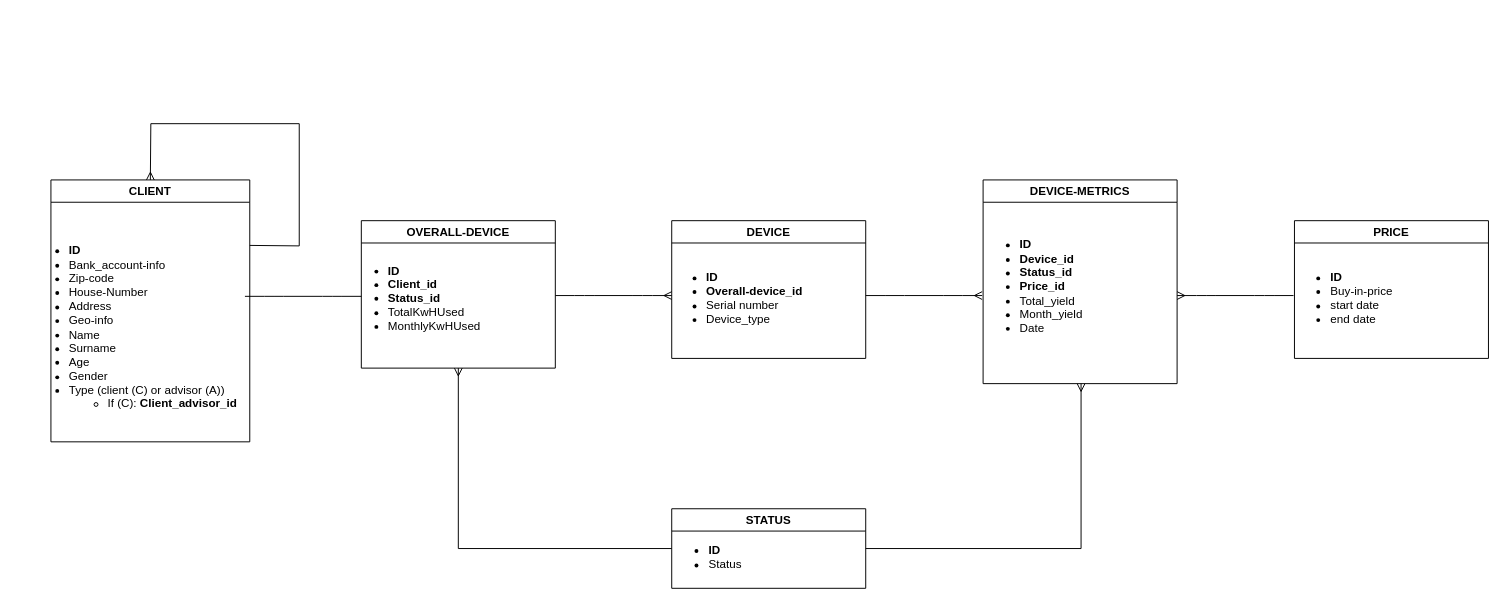
MiloSimons/educom-ecopowrrr keeps this draw.io diagram as media/ERD.drawio. Above is the earlier version. Source tidied: cells renumbered, new cells numbered last; positions are measured from the earlier drawing's top-left corner, leaving out a move shared by most shapes. Both pictures are drawn from the tidied source at 97%, with x=0, y=0 at pixel (16, 123).
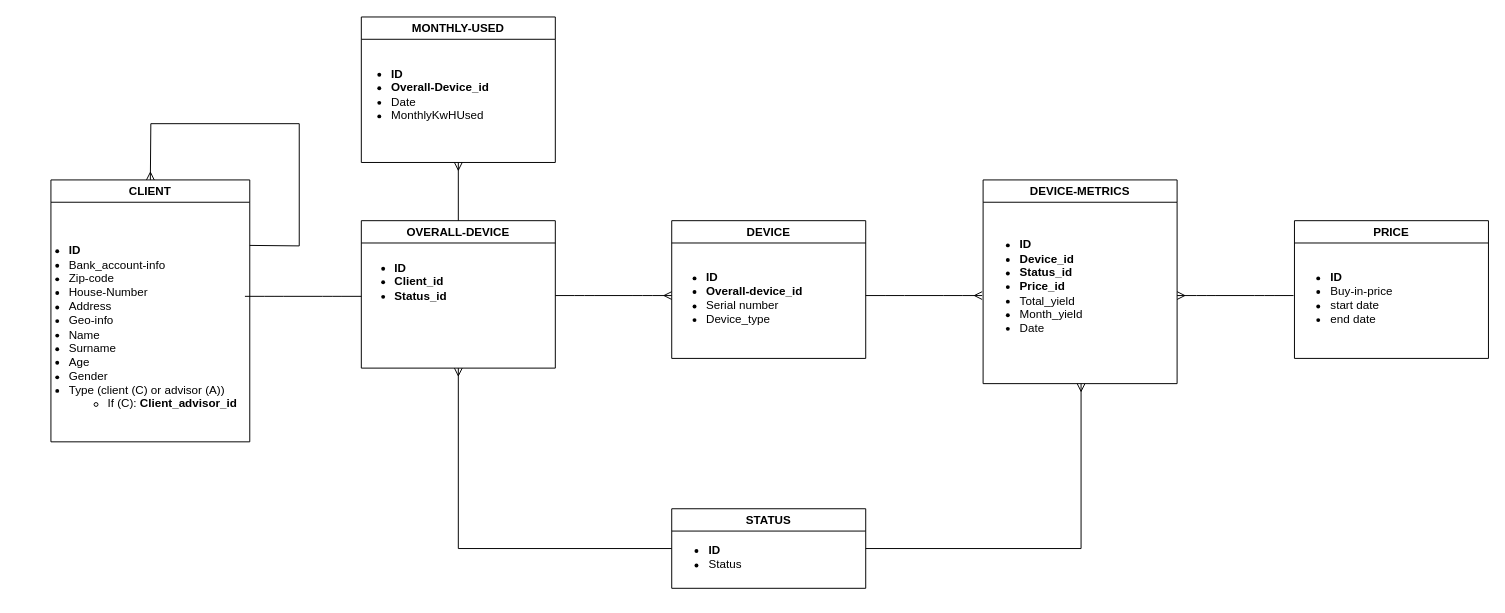
The same diagram, later.

Commit message (it also covers changes not shown here):
update import mockData and monthly used KwH stored per month

The change refers to these unchanged cells:
```xml
<mxCell id="4" value="OVERALL-DEVICE" style="swimlane;whiteSpace=wrap;html=1;" parent="1" vertex="1">
  <mxGeometry x="355" y="100" width="200" height="152" as="geometry" />
</mxCell>
```

The edit, as a diff of the source:
```diff
@@
-    <mxCell id="5" value="&lt;div style=&quot;text-align: left;&quot;&gt;&lt;ul&gt;&lt;li&gt;&lt;b&gt;ID&lt;/b&gt;&lt;/li&gt;&lt;li&gt;&lt;b&gt;Client_id&lt;/b&gt;&lt;/li&gt;&lt;li&gt;&lt;b&gt;Status_id&lt;/b&gt;&lt;/li&gt;&lt;li&gt;TotalKwHUsed&lt;/li&gt;&lt;li&gt;MonthlyKwHUsed&lt;/li&gt;&lt;/ul&gt;&lt;/div&gt;" style="text;html=1;align=center;verticalAlign=middle;strokeColor=none;fillColor=none;" parent="4" vertex="1">
-      <mxGeometry x="-25" y="10" width="160" height="140" as="geometry" />
+    <mxCell id="5" value="&lt;div style=&quot;text-align: left;&quot;&gt;&lt;ul&gt;&lt;li&gt;&lt;b&gt;ID&lt;/b&gt;&lt;/li&gt;&lt;li&gt;&lt;b&gt;Client_id&lt;/b&gt;&lt;/li&gt;&lt;li&gt;&lt;b&gt;Status_id&lt;/b&gt;&lt;/li&gt;&lt;/ul&gt;&lt;/div&gt;" style="text;html=1;align=center;verticalAlign=middle;strokeColor=none;fillColor=none;" parent="4" vertex="1">
+      <mxGeometry x="-19" y="13" width="120" height="100" as="geometry" />
     </mxCell>
@@
+    <mxCell id="21" value="MONTHLY-USED" style="swimlane;whiteSpace=wrap;html=1;" parent="1" vertex="1">
+      <mxGeometry x="355" y="-110" width="200" height="150" as="geometry" />
+    </mxCell>
+    <mxCell id="22" value="&lt;div style=&quot;text-align: left;&quot;&gt;&lt;ul&gt;&lt;li&gt;&lt;b&gt;ID&lt;/b&gt;&lt;/li&gt;&lt;li&gt;&lt;b&gt;Overall-Device_id&lt;/b&gt;&lt;/li&gt;&lt;li&gt;Date&lt;/li&gt;&lt;li&gt;MonthlyKwHUsed&lt;/li&gt;&lt;/ul&gt;&lt;/div&gt;" style="text;html=1;align=center;verticalAlign=middle;strokeColor=none;fillColor=none;" parent="21" vertex="1">
+      <mxGeometry x="-19" y="20" width="160" height="120" as="geometry" />
+    </mxCell>
+    <mxCell id="23" style="endArrow=none;html=1;rounded=0;startArrow=none;endArrow=ERmany;exitX=0.5;exitY=0;exitDx=0;exitDy=0;" parent="1" edge="1" source="4">
+      <mxGeometry relative="1" as="geometry">
+        <mxPoint x="455" y="40" as="targetPoint" />
+      </mxGeometry>
+    </mxCell>
```
